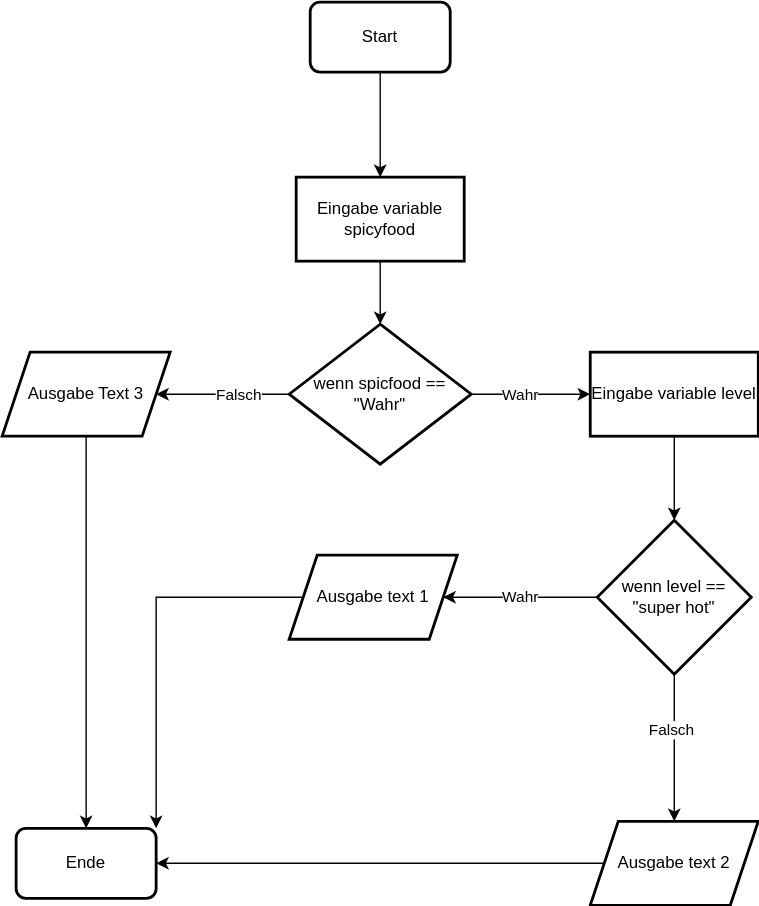
janikvonrotz/python.casa keeps this draw.io diagram as topic-6/Code to Chart.svg. Above is the earlier version. Source tidied: cells renumbered, new cells last; positions are measured from the earlier drawing's top-left corner, leaving out a move shared by most shapes.
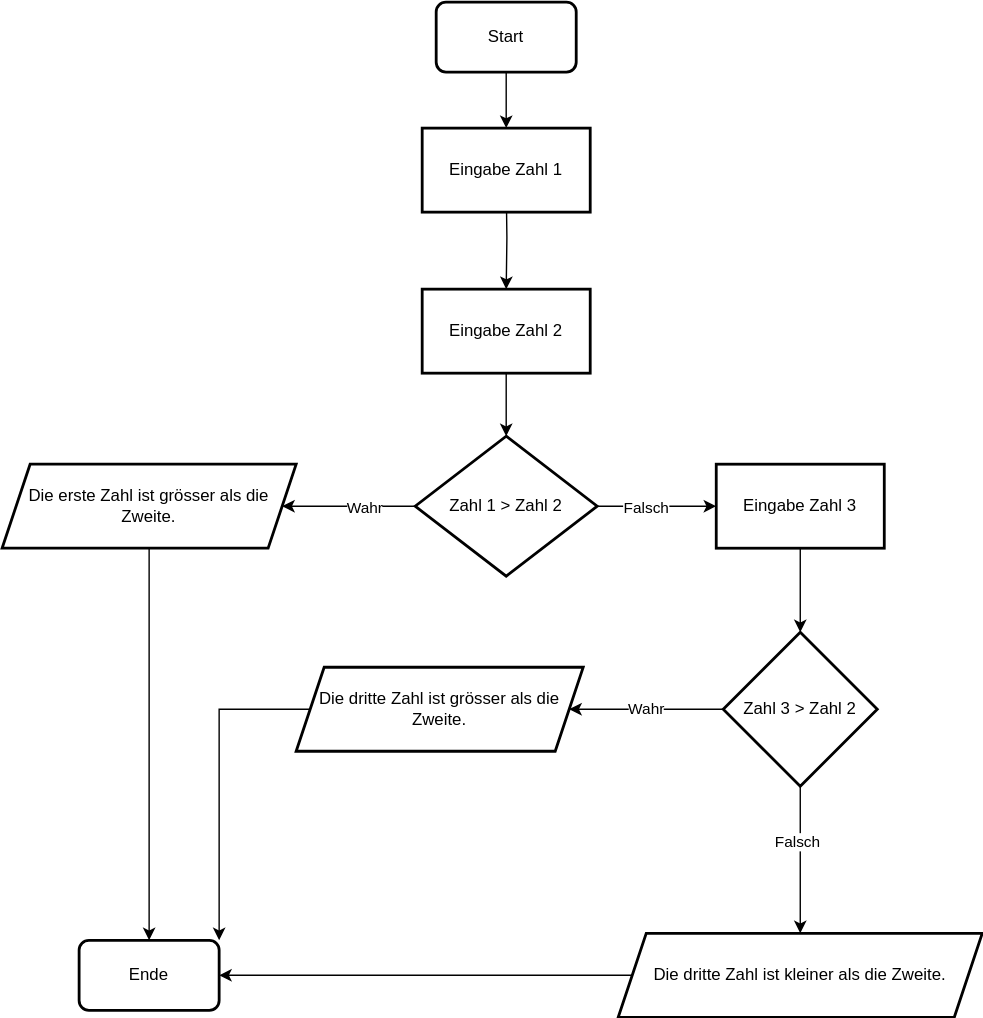
Later version of the same file.

Diff of the diagram source:
```diff
@@ -2,22 +2,21 @@
   <root>
     <mxCell id="0" />
     <mxCell id="1" parent="0" />
-    <mxCell id="2" style="edgeStyle=orthogonalEdgeStyle;rounded=0;jettySize=auto;html=1;" parent="1" edge="1" source="3" target="5">
-      <mxGeometry relative="1" as="geometry" />
+    <mxCell id="2" style="edgeStyle=orthogonalEdgeStyle;rounded=0;jettySize=auto;html=1;" parent="1" edge="1" target="5">
+      <mxGeometry relative="1" as="geometry">
+        <mxPoint x="270" y="50" as="sourcePoint" />
+      </mxGeometry>
     </mxCell>
-    <mxCell id="3" value="Start" style="rounded=1;whiteSpace=wrap;html=1;absoluteArcSize=1;arcSize=14;strokeWidth=2;" parent="1" vertex="1">
-      <mxGeometry x="220" width="100" height="50" as="geometry" />
-    </mxCell>
     <mxCell id="4" style="edgeStyle=orthogonalEdgeStyle;rounded=0;jettySize=auto;html=1;" parent="1" edge="1" source="5" target="10">
       <mxGeometry relative="1" as="geometry" />
     </mxCell>
-    <mxCell id="5" value="Eingabe variable spicyfood" style="whiteSpace=wrap;html=1;rounded=0;strokeWidth=2;arcSize=14;" parent="1" vertex="1">
+    <mxCell id="5" value="Eingabe Zahl 2" style="whiteSpace=wrap;html=1;rounded=0;strokeWidth=2;arcSize=14;" parent="1" vertex="1">
       <mxGeometry x="210" y="125" width="120" height="60" as="geometry" />
     </mxCell>
     <mxCell id="6" style="edgeStyle=orthogonalEdgeStyle;rounded=0;jettySize=auto;html=1;" parent="1" edge="1" source="10" target="12">
       <mxGeometry relative="1" as="geometry" />
     </mxCell>
-    <mxCell id="7" value="Wahr" style="edgeLabel;html=1;align=center;verticalAlign=middle;" parent="6" vertex="1">
+    <mxCell id="7" value="Falsch" style="edgeLabel;html=1;align=center;verticalAlign=middle;" parent="6" vertex="1">
       <mxGeometry x="0.16" y="1" relative="1" as="geometry">
         <mxPoint x="-14.3" y="1" as="offset" />
       </mxGeometry>
@@ -25,16 +24,16 @@
     <mxCell id="8" style="edgeStyle=orthogonalEdgeStyle;rounded=0;jettySize=auto;html=1;" parent="1" edge="1" source="10" target="20">
       <mxGeometry relative="1" as="geometry" />
     </mxCell>
-    <mxCell id="9" value="Falsch" style="edgeLabel;html=1;align=center;verticalAlign=middle;" parent="8" vertex="1">
+    <mxCell id="9" value="Wahr" style="edgeLabel;html=1;align=center;verticalAlign=middle;" parent="8" vertex="1">
       <mxGeometry x="-0.23" relative="1" as="geometry" />
     </mxCell>
-    <mxCell id="10" value="wenn spicfood == &quot;Wahr&quot;" style="rhombus;whiteSpace=wrap;html=1;rounded=0;strokeWidth=2;arcSize=14;" parent="1" vertex="1">
+    <mxCell id="10" value="Zahl 1 &amp;gt; Zahl 2" style="rhombus;whiteSpace=wrap;html=1;rounded=0;strokeWidth=2;arcSize=14;" parent="1" vertex="1">
       <mxGeometry x="205" y="230" width="130" height="100" as="geometry" />
     </mxCell>
     <mxCell id="11" style="edgeStyle=orthogonalEdgeStyle;rounded=0;jettySize=auto;html=1;" parent="1" edge="1" source="12" target="16">
       <mxGeometry relative="1" as="geometry" />
     </mxCell>
-    <mxCell id="12" value="Eingabe variable level" style="whiteSpace=wrap;html=1;rounded=0;strokeWidth=2;arcSize=14;" parent="1" vertex="1">
+    <mxCell id="12" value="Eingabe Zahl 3" style="whiteSpace=wrap;html=1;rounded=0;strokeWidth=2;arcSize=14;" parent="1" vertex="1">
       <mxGeometry x="420" y="250" width="120" height="60" as="geometry" />
     </mxCell>
     <mxCell id="13" value="Wahr" style="edgeStyle=orthogonalEdgeStyle;rounded=0;jettySize=auto;html=1;" parent="1" edge="1" source="16" target="17">
@@ -46,23 +45,23 @@
     <mxCell id="15" value="Falsch" style="edgeLabel;html=1;align=center;verticalAlign=middle;" parent="14" vertex="1">
       <mxGeometry x="-0.26" y="-3" relative="1" as="geometry" />
     </mxCell>
-    <mxCell id="16" value="wenn level == &quot;super hot&quot;" style="rhombus;whiteSpace=wrap;html=1;rounded=0;strokeWidth=2;arcSize=14;" parent="1" vertex="1">
+    <mxCell id="16" value="Zahl 3 &amp;gt; Zahl 2" style="rhombus;whiteSpace=wrap;html=1;rounded=0;strokeWidth=2;arcSize=14;" parent="1" vertex="1">
       <mxGeometry x="425" y="370" width="110" height="110" as="geometry" />
     </mxCell>
-    <mxCell id="17" value="Ausgabe text 1" style="shape=parallelogram;perimeter=parallelogramPerimeter;whiteSpace=wrap;html=1;fixedSize=1;rounded=0;strokeWidth=2;arcSize=14;" parent="1" vertex="1">
-      <mxGeometry x="205" y="395" width="120" height="60" as="geometry" />
+    <mxCell id="17" value="Die dritte Zahl ist grösser als die Zweite." style="shape=parallelogram;perimeter=parallelogramPerimeter;whiteSpace=wrap;html=1;fixedSize=1;rounded=0;strokeWidth=2;arcSize=14;" parent="1" vertex="1">
+      <mxGeometry x="120" y="395" width="205" height="60" as="geometry" />
     </mxCell>
-    <mxCell id="18" value="Ausgabe text 2" style="shape=parallelogram;perimeter=parallelogramPerimeter;whiteSpace=wrap;html=1;fixedSize=1;rounded=0;strokeWidth=2;arcSize=14;" parent="1" vertex="1">
-      <mxGeometry x="420" y="585" width="120" height="60" as="geometry" />
+    <mxCell id="18" value="Die dritte Zahl ist kleiner als die Zweite." style="shape=parallelogram;perimeter=parallelogramPerimeter;whiteSpace=wrap;html=1;fixedSize=1;rounded=0;strokeWidth=2;arcSize=14;" parent="1" vertex="1">
+      <mxGeometry x="350" y="585" width="260" height="60" as="geometry" />
     </mxCell>
     <mxCell id="19" style="edgeStyle=orthogonalEdgeStyle;rounded=0;jettySize=auto;html=1;entryX=0.5;entryY=0;entryDx=0;entryDy=0;" parent="1" edge="1" source="20" target="21">
       <mxGeometry relative="1" as="geometry" />
     </mxCell>
-    <mxCell id="20" value="Ausgabe Text 3" style="shape=parallelogram;perimeter=parallelogramPerimeter;whiteSpace=wrap;html=1;fixedSize=1;rounded=0;strokeWidth=2;arcSize=14;" parent="1" vertex="1">
-      <mxGeometry y="250" width="120" height="60" as="geometry" />
+    <mxCell id="20" value="Die erste Zahl ist grösser als die Zweite." style="shape=parallelogram;perimeter=parallelogramPerimeter;whiteSpace=wrap;html=1;fixedSize=1;rounded=0;strokeWidth=2;arcSize=14;" parent="1" vertex="1">
+      <mxGeometry x="-90" y="250" width="210" height="60" as="geometry" />
     </mxCell>
     <mxCell id="21" value="Ende" style="rounded=1;whiteSpace=wrap;html=1;absoluteArcSize=1;arcSize=14;strokeWidth=2;" parent="1" vertex="1">
-      <mxGeometry x="10" y="590" width="100" height="50" as="geometry" />
+      <mxGeometry x="-35" y="590" width="100" height="50" as="geometry" />
     </mxCell>
     <mxCell id="22" style="edgeStyle=orthogonalEdgeStyle;rounded=0;jettySize=auto;html=1;entryX=1;entryY=0;entryDx=0;entryDy=0;exitX=0;exitY=0.5;exitDx=0;exitDy=0;" parent="1" edge="1" source="17" target="21">
       <mxGeometry relative="1" as="geometry" />
@@ -70,5 +69,14 @@
     <mxCell id="23" style="edgeStyle=orthogonalEdgeStyle;rounded=0;jettySize=auto;html=1;entryX=1;entryY=0.5;entryDx=0;entryDy=0;exitX=0;exitY=0.5;exitDx=0;exitDy=0;" parent="1" edge="1" source="18" target="21">
       <mxGeometry relative="1" as="geometry" />
     </mxCell>
+    <mxCell id="3" value="Start" style="rounded=1;whiteSpace=wrap;html=1;absoluteArcSize=1;arcSize=14;strokeWidth=2;" parent="1" vertex="1">
+      <mxGeometry x="220" y="-80" width="100" height="50" as="geometry" />
+    </mxCell>
+    <mxCell id="24" value="Eingabe Zahl 1" style="whiteSpace=wrap;html=1;rounded=0;strokeWidth=2;arcSize=14;" parent="1" vertex="1">
+      <mxGeometry x="210" y="10" width="120" height="60" as="geometry" />
+    </mxCell>
+    <mxCell id="25" style="edgeStyle=orthogonalEdgeStyle;rounded=0;jettySize=auto;html=1;exitX=0.5;exitY=1;exitDx=0;exitDy=0;entryX=0.5;entryY=0;entryDx=0;entryDy=0;" parent="1" edge="1" source="3" target="24">
+      <mxGeometry relative="1" as="geometry" />
+    </mxCell>
   </root>
 </mxGraphModel>
```
